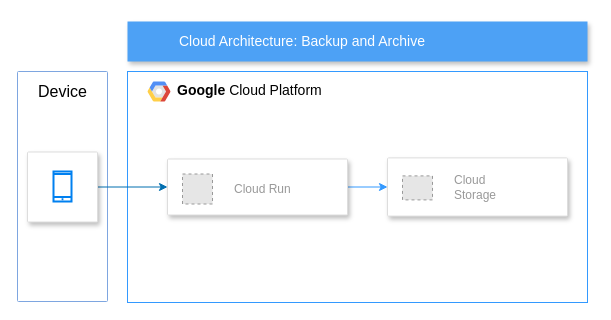
Before: Cloud Architecture.drawio in AgriScan-C242-PS521/Backend, a draw.io diagram. Source tidied: cells renumbered, new cells numbered last; positions are measured from the earlier drawing's top-left corner, leaving out a move shared by most shapes. Both pictures are drawn from the tidied source at 100%, with x=0, y=0 at pixel (17, 21). Pictures stored in the file or linked from it are replaced by grey dashed boxes.
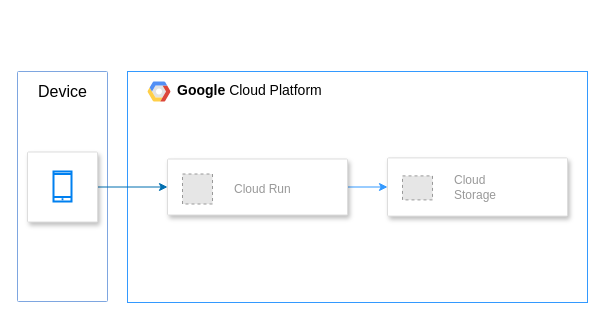
Above is the later version.

Diff of the diagram source:
```diff
@@
 <mxGraphModel>
   <root>
     <mxCell id="0" />
     <mxCell id="1" parent="0" />
     <mxCell id="2" value="&lt;b&gt;Google &lt;/b&gt;Cloud Platform" style="shadow=0;fontSize=14;align=left;spacing=10;9E9E9E;verticalAlign=top;spacingTop=-4;fontStyle=0;spacingLeft=40;html=1;fillColor=#FFFFFF;strokeColor=#3399FF;" parent="1" vertex="1">
       <mxGeometry x="110" y="50" width="460" height="231" as="geometry" />
     </mxCell>
     <mxCell id="3" style="shape=mxgraph.gcp2.google_cloud_platform;fillColor=#F6F6F6;strokeColor=none;shadow=0;gradientColor=none;" parent="2" vertex="1">
       <mxGeometry width="23" height="20" relative="1" as="geometry">
         <mxPoint x="20" y="10" as="offset" />
       </mxGeometry>
     </mxCell>
     <mxCell id="4" style="edgeStyle=orthogonalEdgeStyle;rounded=0;jettySize=auto;html=1;exitX=1;exitY=0.5;exitDx=0;exitDy=0;entryX=0;entryY=0.5;entryDx=0;entryDy=0;strokeColor=#3399FF;" parent="2" edge="1" source="5" target="7">
       <mxGeometry relative="1" as="geometry" />
     </mxCell>
     <mxCell id="5" style="strokeColor=#dddddd;shadow=1;strokeWidth=1;rounded=1;absoluteArcSize=1;arcSize=2;" parent="2" vertex="1">
       <mxGeometry x="40" y="87.5" width="180" height="56" as="geometry" />
     </mxCell>
     <mxCell id="6" value="Cloud Run" style="fillColor=#E6E6E6;strokeColor=#999999;dashed=1;html=1;fontColor=#999999;verticalLabelPosition=middle;verticalAlign=middle;labelPosition=right;align=left;spacingLeft=20;" parent="5" vertex="1">
       <mxGeometry width="30" height="30" relative="1" as="geometry">
         <mxPoint x="15" y="15" as="offset" />
       </mxGeometry>
     </mxCell>
     <mxCell id="7" style="strokeColor=#dddddd;shadow=1;strokeWidth=1;rounded=1;absoluteArcSize=1;arcSize=2;" parent="2" vertex="1">
       <mxGeometry x="260" y="86.4" width="180" height="58.2" as="geometry" />
     </mxCell>
     <mxCell id="8" value="Cloud&#10;Storage" style="fillColor=#E6E6E6;strokeColor=#999999;dashed=1;html=1;fontColor=#999999;verticalLabelPosition=middle;verticalAlign=middle;labelPosition=right;align=left;spacingLeft=20;" parent="7" vertex="1">
       <mxGeometry width="30" height="24" relative="1" as="geometry">
         <mxPoint x="15" y="18" as="offset" />
       </mxGeometry>
     </mxCell>
     <mxCell id="9" value="&lt;font style=&quot;font-size: 16px;&quot; color=&quot;#000000&quot;&gt;Device&lt;/font&gt;" style="rounded=1;absoluteArcSize=1;arcSize=2;html=1;shadow=0;dashed=0;fontSize=12;align=center;verticalAlign=top;spacing=10;spacingTop=-4;strokeColor=#7EA6E0;" parent="1" vertex="1">
       <mxGeometry y="50" width="90" height="230" as="geometry" />
     </mxCell>
-    <mxCell id="10" value="Cloud Architecture: Backup and Archive&amp;nbsp;" style="fillColor=#4DA1F5;strokeColor=none;shadow=1;gradientColor=none;fontSize=14;align=left;spacingLeft=50;fontColor=#ffffff;html=1;" parent="1" vertex="1">
-      <mxGeometry x="110" width="460" height="40" as="geometry" />
-    </mxCell>
     <mxCell id="11" style="edgeStyle=orthogonalEdgeStyle;rounded=0;jettySize=auto;html=1;exitX=1;exitY=0.5;exitDx=0;exitDy=0;fillColor=#1ba1e2;strokeColor=#006EAF;" parent="1" edge="1" source="12" target="5">
       <mxGeometry relative="1" as="geometry" />
     </mxCell>
     <mxCell id="12" style="strokeColor=#dddddd;fillColor=#ffffff;shadow=1;strokeWidth=1;rounded=1;absoluteArcSize=1;arcSize=2;labelPosition=center;verticalLabelPosition=middle;align=center;verticalAlign=bottom;spacingLeft=0;fontColor=#999999;fontSize=12;whiteSpace=wrap;spacingBottom=2;html=1;" parent="1" vertex="1">
       <mxGeometry x="10" y="130.5" width="70" height="70" as="geometry" />
     </mxCell>
     <mxCell id="13" style="html=1;verticalLabelPosition=bottom;align=center;labelBackgroundColor=#ffffff;verticalAlign=top;strokeWidth=2;strokeColor=#0080F0;shadow=0;dashed=0;shape=mxgraph.ios7.icons.smartphone;" parent="1" vertex="1">
       <mxGeometry x="36" y="150" width="18" height="30" as="geometry" />
     </mxCell>
   </root>
 </mxGraphModel>
```
